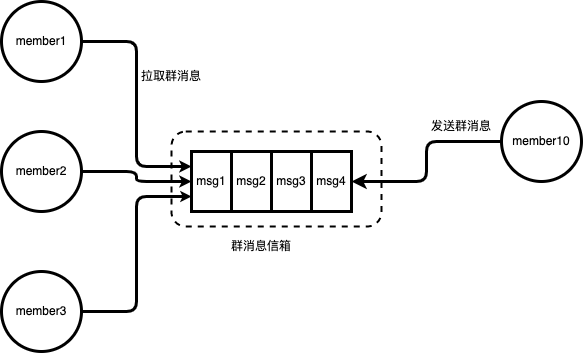
The draw.io diagram read_write02.drawio.png in anriclee/diagramStorage, before a commit. Source tidied: cells renumbered, new cells last; positions are measured from the earlier drawing's top-left corner, leaving out a move shared by most shapes.
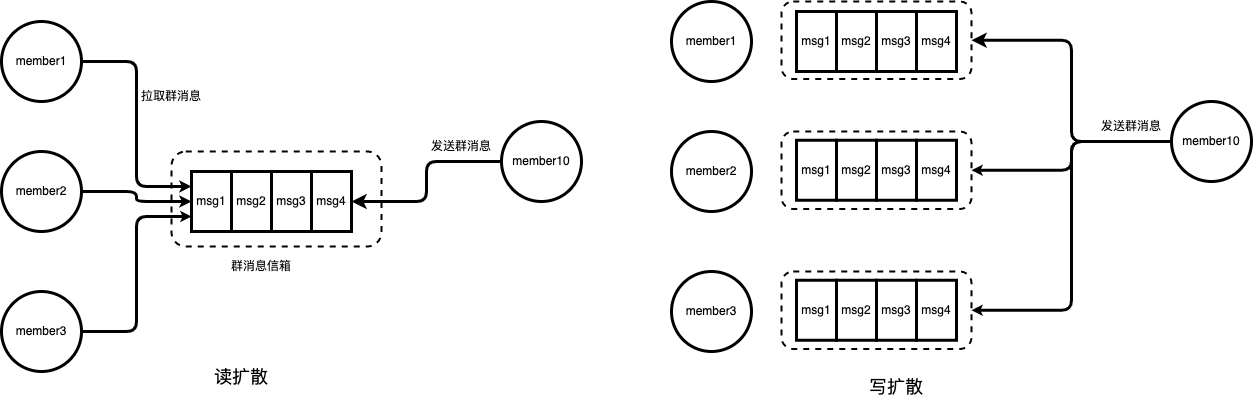
The same diagram one commit later.

Diff of the diagram source:
```diff
@@ -52,5 +52,80 @@
     <mxCell id="17" value="拉取群消息" style="text;html=1;strokeColor=none;fillColor=none;align=center;verticalAlign=middle;whiteSpace=wrap;rounded=0;glass=0;dashed=1;fontFamily=Helvetica;fontSize=11;fontColor=default;" parent="1" vertex="1">
       <mxGeometry x="100" y="60" width="140" height="30" as="geometry" />
     </mxCell>
+    <mxCell id="18" value="&lt;font style=&quot;font-size: 18px;&quot;&gt;读扩散&lt;/font&gt;" style="text;html=1;strokeColor=none;fillColor=none;align=center;verticalAlign=middle;whiteSpace=wrap;rounded=0;glass=0;dashed=1;fontFamily=Helvetica;fontSize=11;fontColor=default;" parent="1" vertex="1">
+      <mxGeometry x="170" y="340" width="140" height="30" as="geometry" />
+    </mxCell>
+    <mxCell id="19" value="member1" style="ellipse;whiteSpace=wrap;html=1;strokeWidth=3;" parent="1" vertex="1">
+      <mxGeometry x="670" y="-20" width="80" height="80" as="geometry" />
+    </mxCell>
+    <mxCell id="20" value="member2" style="ellipse;whiteSpace=wrap;html=1;strokeWidth=3;" parent="1" vertex="1">
+      <mxGeometry x="670" y="110" width="80" height="80" as="geometry" />
+    </mxCell>
+    <mxCell id="21" value="member3" style="ellipse;whiteSpace=wrap;html=1;strokeWidth=3;" parent="1" vertex="1">
+      <mxGeometry x="670" y="250" width="80" height="80" as="geometry" />
+    </mxCell>
+    <mxCell id="22" style="edgeStyle=orthogonalEdgeStyle;rounded=1;jettySize=auto;html=1;strokeWidth=3;entryX=1;entryY=0.5;entryDx=0;entryDy=0;" parent="1" edge="1" source="25" target="27">
+      <mxGeometry relative="1" as="geometry" />
+    </mxCell>
+    <mxCell id="23" style="edgeStyle=orthogonalEdgeStyle;shape=connector;rounded=1;jettySize=auto;html=1;entryX=1;entryY=0.5;entryDx=0;entryDy=0;labelBackgroundColor=default;fontFamily=Helvetica;fontSize=18;fontColor=default;endArrow=classic;endSize=2;strokeColor=default;strokeWidth=3;" parent="1" edge="1" source="25" target="28">
+      <mxGeometry relative="1" as="geometry" />
+    </mxCell>
+    <mxCell id="24" style="edgeStyle=orthogonalEdgeStyle;shape=connector;rounded=1;jettySize=auto;html=1;entryX=1;entryY=0.5;entryDx=0;entryDy=0;labelBackgroundColor=default;fontFamily=Helvetica;fontSize=18;fontColor=default;endArrow=classic;endSize=2;strokeColor=default;strokeWidth=3;" parent="1" edge="1" source="25" target="29">
+      <mxGeometry relative="1" as="geometry" />
+    </mxCell>
+    <mxCell id="25" value="member10" style="ellipse;whiteSpace=wrap;html=1;strokeWidth=3;" parent="1" vertex="1">
+      <mxGeometry x="1170" y="80" width="80" height="80" as="geometry" />
+    </mxCell>
+    <mxCell id="26" value="发送群消息" style="text;html=1;strokeColor=none;fillColor=none;align=center;verticalAlign=middle;whiteSpace=wrap;rounded=0;glass=0;dashed=1;fontFamily=Helvetica;fontSize=11;fontColor=default;" parent="1" vertex="1">
+      <mxGeometry x="1060" y="90" width="140" height="30" as="geometry" />
+    </mxCell>
+    <mxCell id="27" style="rounded=1;whiteSpace=wrap;html=1;glass=0;fontFamily=Helvetica;fontSize=11;fontColor=default;strokeWidth=2;dashed=1;gradientColor=none;fillColor=none;" parent="1" vertex="1">
+      <mxGeometry x="780" y="-20" width="190" height="77.5" as="geometry" />
+    </mxCell>
+    <mxCell id="28" style="rounded=1;whiteSpace=wrap;html=1;glass=0;fontFamily=Helvetica;fontSize=11;fontColor=default;strokeWidth=2;dashed=1;gradientColor=none;fillColor=none;" parent="1" vertex="1">
+      <mxGeometry x="780" y="110" width="190" height="77.5" as="geometry" />
+    </mxCell>
+    <mxCell id="29" style="rounded=1;whiteSpace=wrap;html=1;glass=0;fontFamily=Helvetica;fontSize=11;fontColor=default;strokeWidth=2;dashed=1;gradientColor=none;fillColor=none;" parent="1" vertex="1">
+      <mxGeometry x="780" y="250" width="190" height="77.5" as="geometry" />
+    </mxCell>
+    <mxCell id="30" value="msg1" style="rounded=0;whiteSpace=wrap;html=1;fontFamily=Helvetica;fontSize=11;fontColor=default;strokeWidth=3;" parent="1" vertex="1">
+      <mxGeometry x="795" y="-10" width="40" height="60" as="geometry" />
+    </mxCell>
+    <mxCell id="31" value="msg2" style="rounded=0;whiteSpace=wrap;html=1;fontFamily=Helvetica;fontSize=11;fontColor=default;strokeWidth=3;" parent="1" vertex="1">
+      <mxGeometry x="835" y="-10" width="40" height="60" as="geometry" />
+    </mxCell>
+    <mxCell id="32" value="msg3" style="rounded=0;whiteSpace=wrap;html=1;fontFamily=Helvetica;fontSize=11;fontColor=default;strokeWidth=3;" parent="1" vertex="1">
+      <mxGeometry x="875" y="-10" width="40" height="60" as="geometry" />
+    </mxCell>
+    <mxCell id="33" value="msg4" style="rounded=0;whiteSpace=wrap;html=1;fontFamily=Helvetica;fontSize=11;fontColor=default;strokeWidth=3;" parent="1" vertex="1">
+      <mxGeometry x="915" y="-10" width="40" height="60" as="geometry" />
+    </mxCell>
+    <mxCell id="34" value="msg1" style="rounded=0;whiteSpace=wrap;html=1;fontFamily=Helvetica;fontSize=11;fontColor=default;strokeWidth=3;" parent="1" vertex="1">
+      <mxGeometry x="795" y="118.8" width="40" height="60" as="geometry" />
+    </mxCell>
+    <mxCell id="35" value="msg2" style="rounded=0;whiteSpace=wrap;html=1;fontFamily=Helvetica;fontSize=11;fontColor=default;strokeWidth=3;" parent="1" vertex="1">
+      <mxGeometry x="835" y="118.8" width="40" height="60" as="geometry" />
+    </mxCell>
+    <mxCell id="36" value="msg3" style="rounded=0;whiteSpace=wrap;html=1;fontFamily=Helvetica;fontSize=11;fontColor=default;strokeWidth=3;" parent="1" vertex="1">
+      <mxGeometry x="875" y="118.8" width="40" height="60" as="geometry" />
+    </mxCell>
+    <mxCell id="37" value="msg4" style="rounded=0;whiteSpace=wrap;html=1;fontFamily=Helvetica;fontSize=11;fontColor=default;strokeWidth=3;" parent="1" vertex="1">
+      <mxGeometry x="915" y="118.8" width="40" height="60" as="geometry" />
+    </mxCell>
+    <mxCell id="38" value="msg1" style="rounded=0;whiteSpace=wrap;html=1;fontFamily=Helvetica;fontSize=11;fontColor=default;strokeWidth=3;" parent="1" vertex="1">
+      <mxGeometry x="795" y="258.8" width="40" height="60" as="geometry" />
+    </mxCell>
+    <mxCell id="39" value="msg2" style="rounded=0;whiteSpace=wrap;html=1;fontFamily=Helvetica;fontSize=11;fontColor=default;strokeWidth=3;" parent="1" vertex="1">
+      <mxGeometry x="835" y="258.8" width="40" height="60" as="geometry" />
+    </mxCell>
+    <mxCell id="40" value="msg3" style="rounded=0;whiteSpace=wrap;html=1;fontFamily=Helvetica;fontSize=11;fontColor=default;strokeWidth=3;" parent="1" vertex="1">
+      <mxGeometry x="875" y="258.8" width="40" height="60" as="geometry" />
+    </mxCell>
+    <mxCell id="41" value="msg4" style="rounded=0;whiteSpace=wrap;html=1;fontFamily=Helvetica;fontSize=11;fontColor=default;strokeWidth=3;" parent="1" vertex="1">
+      <mxGeometry x="915" y="258.8" width="40" height="60" as="geometry" />
+    </mxCell>
+    <mxCell id="42" value="&lt;span style=&quot;font-size: 18px;&quot;&gt;写扩散&lt;/span&gt;" style="text;html=1;strokeColor=none;fillColor=none;align=center;verticalAlign=middle;whiteSpace=wrap;rounded=0;glass=0;dashed=1;fontFamily=Helvetica;fontSize=11;fontColor=default;" parent="1" vertex="1">
+      <mxGeometry x="825" y="350" width="140" height="30" as="geometry" />
+    </mxCell>
   </root>
 </mxGraphModel>
```
